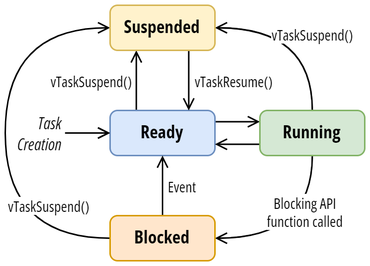
joelvonrotz/BSc-electrical-engineering keeps this draw.io diagram as semester 4/summary/advanced embedded systems/images/freertos/task_states.png. Above is the earlier version. Source tidied: cells renumbered, new cells last; positions are measured from the earlier drawing's top-left corner, leaving out a move shared by most shapes. Its diagram source:
```xml
<mxGraphModel>
  <root>
    <mxCell id="0" />
    <mxCell id="1" parent="0" />
    <mxCell id="2" value="vTaskSuspend()" style="edgeStyle=orthogonalEdgeStyle;curved=1;jettySize=auto;html=1;exitX=0.25;exitY=0;exitDx=0;exitDy=0;entryX=0.25;entryY=1;entryDx=0;entryDy=0;fontFamily=Open Sans Condensed;fontSource=https%3A%2F%2Ffonts.googleapis.com%2Fcss%3Ffamily%3DOpen%2BSans%2BCondensed;fontSize=10;endArrow=open;endFill=0;align=right;spacingLeft=0;spacingRight=2;" parent="1" edge="1" source="4" target="13">
      <mxGeometry relative="1" as="geometry" />
    </mxCell>
    <mxCell id="3" style="edgeStyle=orthogonalEdgeStyle;curved=1;jettySize=auto;html=1;exitX=1;exitY=0.25;exitDx=0;exitDy=0;entryX=0;entryY=0.25;entryDx=0;entryDy=0;fontFamily=Open Sans Condensed;fontSource=https%3A%2F%2Ffonts.googleapis.com%2Fcss%3Ffamily%3DOpen%2BSans%2BCondensed;fontSize=11;endArrow=open;endFill=0;" parent="1" edge="1" source="4" target="8">
      <mxGeometry relative="1" as="geometry" />
    </mxCell>
    <mxCell id="4" value="Ready" style="rounded=1;whiteSpace=wrap;html=1;arcSize=10;absoluteArcSize=1;fontFamily=Open Sans Condensed;fontSource=https%3A%2F%2Ffonts.googleapis.com%2Fcss%3Ffamily%3DOpen%2BSans%2BCondensed;fillColor=#dae8fc;strokeColor=#6c8ebf;fontStyle=1;" parent="1" vertex="1">
      <mxGeometry x="70" y="70" width="70" height="30" as="geometry" />
    </mxCell>
    <mxCell id="5" value="Blocking API&lt;br style=&quot;font-size: 10px&quot;&gt;function called" style="jettySize=auto;html=1;exitX=0.5;exitY=1;exitDx=0;exitDy=0;entryX=1;entryY=0.5;entryDx=0;entryDy=0;fontFamily=Open Sans Condensed;fontSource=https%3A%2F%2Ffonts.googleapis.com%2Fcss%3Ffamily%3DOpen%2BSans%2BCondensed;endArrow=open;endFill=0;fontSize=10;curved=1;" parent="1" edge="1" source="8" target="11">
      <mxGeometry x="-0.38" y="-5" relative="1" as="geometry">
        <Array as="points">
          <mxPoint x="205" y="155" />
        </Array>
      </mxGeometry>
    </mxCell>
    <mxCell id="6" value="vTaskSuspend()" style="jettySize=auto;html=1;exitX=0.5;exitY=0;exitDx=0;exitDy=0;entryX=1;entryY=0.5;entryDx=0;entryDy=0;fontFamily=Open Sans Condensed;fontSource=https%3A%2F%2Ffonts.googleapis.com%2Fcss%3Ffamily%3DOpen%2BSans%2BCondensed;fontSize=10;endArrow=open;endFill=0;curved=1;" parent="1" edge="1" source="8" target="13">
      <mxGeometry x="-0.15" relative="1" as="geometry">
        <Array as="points">
          <mxPoint x="205" y="15" />
        </Array>
      </mxGeometry>
    </mxCell>
    <mxCell id="7" style="edgeStyle=none;curved=1;jettySize=auto;html=1;exitX=0;exitY=0.75;exitDx=0;exitDy=0;entryX=1;entryY=0.75;entryDx=0;entryDy=0;fontFamily=Open Sans Condensed;fontSource=https%3A%2F%2Ffonts.googleapis.com%2Fcss%3Ffamily%3DOpen%2BSans%2BCondensed;fontSize=10;endArrow=open;endFill=0;" parent="1" edge="1" source="8" target="4">
      <mxGeometry relative="1" as="geometry" />
    </mxCell>
    <mxCell id="8" value="Running" style="rounded=1;whiteSpace=wrap;html=1;arcSize=10;absoluteArcSize=1;fontFamily=Open Sans Condensed;fontSource=https%3A%2F%2Ffonts.googleapis.com%2Fcss%3Ffamily%3DOpen%2BSans%2BCondensed;fillColor=#d5e8d4;strokeColor=#82b366;fontStyle=1;" parent="1" vertex="1">
      <mxGeometry x="170" y="70" width="70" height="30" as="geometry" />
    </mxCell>
    <mxCell id="9" value="Event" style="edgeStyle=orthogonalEdgeStyle;curved=1;jettySize=auto;html=1;exitX=0.5;exitY=0;exitDx=0;exitDy=0;entryX=0.5;entryY=1;entryDx=0;entryDy=0;fontFamily=Open Sans Condensed;fontSource=https%3A%2F%2Ffonts.googleapis.com%2Fcss%3Ffamily%3DOpen%2BSans%2BCondensed;fontSize=10;endArrow=open;endFill=0;align=left;spacingLeft=2;" parent="1" edge="1" source="11" target="4">
      <mxGeometry relative="1" as="geometry" />
    </mxCell>
    <mxCell id="10" value="vTaskSuspend()" style="jettySize=auto;html=1;exitX=0;exitY=0.5;exitDx=0;exitDy=0;entryX=0;entryY=0.5;entryDx=0;entryDy=0;fontFamily=Open Sans Condensed;fontSource=https%3A%2F%2Ffonts.googleapis.com%2Fcss%3Ffamily%3DOpen%2BSans%2BCondensed;fontSize=10;endArrow=open;endFill=0;curved=1;" parent="1" edge="1" source="11" target="13">
      <mxGeometry x="-0.71" y="-22" relative="1" as="geometry">
        <Array as="points">
          <mxPoint y="155" />
          <mxPoint y="15" />
        </Array>
      </mxGeometry>
    </mxCell>
    <mxCell id="11" value="Blocked" style="rounded=1;whiteSpace=wrap;html=1;arcSize=10;absoluteArcSize=1;fontFamily=Open Sans Condensed;fontSource=https%3A%2F%2Ffonts.googleapis.com%2Fcss%3Ffamily%3DOpen%2BSans%2BCondensed;fillColor=#ffe6cc;strokeColor=#d79b00;fontStyle=1;" parent="1" vertex="1">
      <mxGeometry x="70" y="140" width="70" height="30" as="geometry" />
    </mxCell>
    <mxCell id="12" value="vTaskResume()" style="edgeStyle=orthogonalEdgeStyle;curved=1;jettySize=auto;html=1;exitX=0.75;exitY=1;exitDx=0;exitDy=0;entryX=0.75;entryY=0;entryDx=0;entryDy=0;fontFamily=Open Sans Condensed;fontSource=https%3A%2F%2Ffonts.googleapis.com%2Fcss%3Ffamily%3DOpen%2BSans%2BCondensed;fontSize=10;endArrow=open;endFill=0;align=left;spacingLeft=2;" parent="1" edge="1" source="13" target="4">
      <mxGeometry relative="1" as="geometry" />
    </mxCell>
    <mxCell id="13" value="Suspended" style="rounded=1;whiteSpace=wrap;html=1;arcSize=10;absoluteArcSize=1;fontFamily=Open Sans Condensed;fontSource=https%3A%2F%2Ffonts.googleapis.com%2Fcss%3Ffamily%3DOpen%2BSans%2BCondensed;fillColor=#fff2cc;strokeColor=#d6b656;fontStyle=1;" parent="1" vertex="1">
      <mxGeometry x="70" width="70" height="30" as="geometry" />
    </mxCell>
    <mxCell id="14" style="edgeStyle=orthogonalEdgeStyle;curved=1;jettySize=auto;html=1;exitX=1;exitY=0.5;exitDx=0;exitDy=0;entryX=0;entryY=0.5;entryDx=0;entryDy=0;fontFamily=Open Sans Condensed;fontSource=https%3A%2F%2Ffonts.googleapis.com%2Fcss%3Ffamily%3DOpen%2BSans%2BCondensed;fontSize=11;endArrow=open;endFill=0;" parent="1" edge="1" source="16" target="4">
      <mxGeometry relative="1" as="geometry" />
    </mxCell>
    <mxCell id="15" style="edgeStyle=none;curved=1;jettySize=auto;html=1;fontFamily=Open Sans Condensed;fontSource=https%3A%2F%2Ffonts.googleapis.com%2Fcss%3Ffamily%3DOpen%2BSans%2BCondensed;fontSize=10;endArrow=open;endFill=0;" parent="1" edge="1" source="16" target="4">
      <mxGeometry relative="1" as="geometry" />
    </mxCell>
    <mxCell id="16" value="Task Creation" style="text;html=1;strokeColor=none;fillColor=none;align=right;verticalAlign=middle;whiteSpace=wrap;rounded=0;fontFamily=Open Sans Condensed;fontSource=https%3A%2F%2Ffonts.googleapis.com%2Fcss%3Ffamily%3DOpen%2BSans%2BCondensed;fontSize=11;fontStyle=2;" parent="1" vertex="1">
      <mxGeometry y="70" width="40" height="30" as="geometry" />
    </mxCell>
  </root>
</mxGraphModel>
```
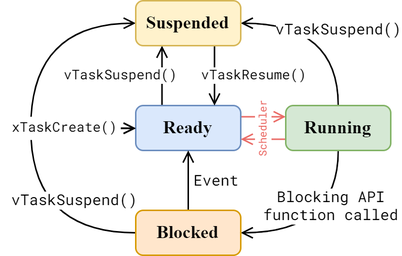
The same diagram one commit later.

Change to the diagram source:
```diff
@@ -1,40 +1,42 @@
-<mxGraphModel>
+<mxGraphModel math="1">
   <root>
     <mxCell id="0" />
     <mxCell id="1" parent="0" />
-    <mxCell id="2" value="vTaskSuspend()" style="edgeStyle=orthogonalEdgeStyle;curved=1;jettySize=auto;html=1;exitX=0.25;exitY=0;exitDx=0;exitDy=0;entryX=0.25;entryY=1;entryDx=0;entryDy=0;fontFamily=Open Sans Condensed;fontSource=https%3A%2F%2Ffonts.googleapis.com%2Fcss%3Ffamily%3DOpen%2BSans%2BCondensed;fontSize=10;endArrow=open;endFill=0;align=right;spacingLeft=0;spacingRight=2;" parent="1" edge="1" source="4" target="13">
-      <mxGeometry relative="1" as="geometry" />
+    <mxCell id="2" value="vTaskSuspend()" style="edgeStyle=orthogonalEdgeStyle;curved=1;jettySize=auto;html=1;exitX=0.25;exitY=0;exitDx=0;exitDy=0;entryX=0.25;entryY=1;entryDx=0;entryDy=0;fontFamily=Roboto Mono;fontSource=https%3A%2F%2Ffonts.googleapis.com%2Fcss%3Ffamily%3DRoboto%2BMono;fontSize=9;endArrow=open;endFill=0;align=right;spacingLeft=0;spacingRight=2;" parent="1" edge="1" source="4" target="13">
+      <mxGeometry y="-12" relative="1" as="geometry">
+        <mxPoint x="1" as="offset" />
+      </mxGeometry>
     </mxCell>
-    <mxCell id="3" style="edgeStyle=orthogonalEdgeStyle;curved=1;jettySize=auto;html=1;exitX=1;exitY=0.25;exitDx=0;exitDy=0;entryX=0;entryY=0.25;entryDx=0;entryDy=0;fontFamily=Open Sans Condensed;fontSource=https%3A%2F%2Ffonts.googleapis.com%2Fcss%3Ffamily%3DOpen%2BSans%2BCondensed;fontSize=11;endArrow=open;endFill=0;" parent="1" edge="1" source="4" target="8">
+    <mxCell id="3" style="edgeStyle=orthogonalEdgeStyle;curved=1;jettySize=auto;html=1;exitX=1;exitY=0.25;exitDx=0;exitDy=0;entryX=0;entryY=0.25;entryDx=0;entryDy=0;fontFamily=Open Sans Condensed;fontSource=https%3A%2F%2Ffonts.googleapis.com%2Fcss%3Ffamily%3DOpen%2BSans%2BCondensed;fontSize=11;endArrow=open;endFill=0;fontColor=#EA6B66;strokeColor=#EA6B66;" parent="1" edge="1" source="4" target="8">
       <mxGeometry relative="1" as="geometry" />
     </mxCell>
     <mxCell id="4" value="Ready" style="rounded=1;whiteSpace=wrap;html=1;arcSize=10;absoluteArcSize=1;fontFamily=Open Sans Condensed;fontSource=https%3A%2F%2Ffonts.googleapis.com%2Fcss%3Ffamily%3DOpen%2BSans%2BCondensed;fillColor=#dae8fc;strokeColor=#6c8ebf;fontStyle=1;" parent="1" vertex="1">
       <mxGeometry x="70" y="70" width="70" height="30" as="geometry" />
     </mxCell>
-    <mxCell id="5" value="Blocking API&lt;br style=&quot;font-size: 10px&quot;&gt;function called" style="jettySize=auto;html=1;exitX=0.5;exitY=1;exitDx=0;exitDy=0;entryX=1;entryY=0.5;entryDx=0;entryDy=0;fontFamily=Open Sans Condensed;fontSource=https%3A%2F%2Ffonts.googleapis.com%2Fcss%3Ffamily%3DOpen%2BSans%2BCondensed;endArrow=open;endFill=0;fontSize=10;curved=1;" parent="1" edge="1" source="8" target="11">
+    <mxCell id="5" value="Blocking API&lt;br style=&quot;font-size: 10px&quot;&gt;function called" style="jettySize=auto;html=1;exitX=0.5;exitY=1;exitDx=0;exitDy=0;entryX=1;entryY=0.5;entryDx=0;entryDy=0;fontFamily=Roboto Mono;fontSource=https%3A%2F%2Ffonts.googleapis.com%2Fcss%3Ffamily%3DRoboto%2BMono;endArrow=open;endFill=0;fontSize=10;curved=1;" parent="1" edge="1" source="8" target="11">
       <mxGeometry x="-0.38" y="-5" relative="1" as="geometry">
         <Array as="points">
           <mxPoint x="205" y="155" />
         </Array>
       </mxGeometry>
     </mxCell>
-    <mxCell id="6" value="vTaskSuspend()" style="jettySize=auto;html=1;exitX=0.5;exitY=0;exitDx=0;exitDy=0;entryX=1;entryY=0.5;entryDx=0;entryDy=0;fontFamily=Open Sans Condensed;fontSource=https%3A%2F%2Ffonts.googleapis.com%2Fcss%3Ffamily%3DOpen%2BSans%2BCondensed;fontSize=10;endArrow=open;endFill=0;curved=1;" parent="1" edge="1" source="8" target="13">
+    <mxCell id="6" value="vTaskSuspend()" style="jettySize=auto;html=1;exitX=0.5;exitY=0;exitDx=0;exitDy=0;entryX=1;entryY=0.5;entryDx=0;entryDy=0;fontFamily=Roboto Mono;fontSource=https%3A%2F%2Ffonts.googleapis.com%2Fcss%3Ffamily%3DRoboto%2BMono;fontSize=10;endArrow=open;endFill=0;curved=1;" parent="1" edge="1" source="8" target="13">
       <mxGeometry x="-0.15" relative="1" as="geometry">
         <Array as="points">
           <mxPoint x="205" y="15" />
         </Array>
       </mxGeometry>
     </mxCell>
-    <mxCell id="7" style="edgeStyle=none;curved=1;jettySize=auto;html=1;exitX=0;exitY=0.75;exitDx=0;exitDy=0;entryX=1;entryY=0.75;entryDx=0;entryDy=0;fontFamily=Open Sans Condensed;fontSource=https%3A%2F%2Ffonts.googleapis.com%2Fcss%3Ffamily%3DOpen%2BSans%2BCondensed;fontSize=10;endArrow=open;endFill=0;" parent="1" edge="1" source="8" target="4">
+    <mxCell id="7" style="edgeStyle=none;curved=1;jettySize=auto;html=1;exitX=0;exitY=0.75;exitDx=0;exitDy=0;entryX=1;entryY=0.75;entryDx=0;entryDy=0;fontFamily=Open Sans Condensed;fontSource=https%3A%2F%2Ffonts.googleapis.com%2Fcss%3Ffamily%3DOpen%2BSans%2BCondensed;fontSize=10;endArrow=open;endFill=0;fontColor=#EA6B66;strokeColor=#EA6B66;" parent="1" edge="1" source="8" target="4">
       <mxGeometry relative="1" as="geometry" />
     </mxCell>
     <mxCell id="8" value="Running" style="rounded=1;whiteSpace=wrap;html=1;arcSize=10;absoluteArcSize=1;fontFamily=Open Sans Condensed;fontSource=https%3A%2F%2Ffonts.googleapis.com%2Fcss%3Ffamily%3DOpen%2BSans%2BCondensed;fillColor=#d5e8d4;strokeColor=#82b366;fontStyle=1;" parent="1" vertex="1">
       <mxGeometry x="170" y="70" width="70" height="30" as="geometry" />
     </mxCell>
-    <mxCell id="9" value="Event" style="edgeStyle=orthogonalEdgeStyle;curved=1;jettySize=auto;html=1;exitX=0.5;exitY=0;exitDx=0;exitDy=0;entryX=0.5;entryY=1;entryDx=0;entryDy=0;fontFamily=Open Sans Condensed;fontSource=https%3A%2F%2Ffonts.googleapis.com%2Fcss%3Ffamily%3DOpen%2BSans%2BCondensed;fontSize=10;endArrow=open;endFill=0;align=left;spacingLeft=2;" parent="1" edge="1" source="11" target="4">
+    <mxCell id="9" value="Event" style="edgeStyle=orthogonalEdgeStyle;curved=1;jettySize=auto;html=1;exitX=0.5;exitY=0;exitDx=0;exitDy=0;entryX=0.5;entryY=1;entryDx=0;entryDy=0;fontFamily=Roboto Mono;fontSource=https%3A%2F%2Ffonts.googleapis.com%2Fcss%3Ffamily%3DRoboto%2BMono;fontSize=10;endArrow=open;endFill=0;align=left;spacingLeft=2;" parent="1" edge="1" source="11" target="4">
       <mxGeometry relative="1" as="geometry" />
     </mxCell>
-    <mxCell id="10" value="vTaskSuspend()" style="jettySize=auto;html=1;exitX=0;exitY=0.5;exitDx=0;exitDy=0;entryX=0;entryY=0.5;entryDx=0;entryDy=0;fontFamily=Open Sans Condensed;fontSource=https%3A%2F%2Ffonts.googleapis.com%2Fcss%3Ffamily%3DOpen%2BSans%2BCondensed;fontSize=10;endArrow=open;endFill=0;curved=1;" parent="1" edge="1" source="11" target="13">
+    <mxCell id="10" value="vTaskSuspend()" style="jettySize=auto;html=1;exitX=0;exitY=0.5;exitDx=0;exitDy=0;entryX=0;entryY=0.5;entryDx=0;entryDy=0;fontFamily=Roboto Mono;fontSource=https%3A%2F%2Ffonts.googleapis.com%2Fcss%3Ffamily%3DRoboto%2BMono;fontSize=10;endArrow=open;endFill=0;curved=1;" parent="1" edge="1" source="11" target="13">
       <mxGeometry x="-0.71" y="-22" relative="1" as="geometry">
         <Array as="points">
           <mxPoint y="155" />
@@ -45,8 +47,10 @@
     <mxCell id="11" value="Blocked" style="rounded=1;whiteSpace=wrap;html=1;arcSize=10;absoluteArcSize=1;fontFamily=Open Sans Condensed;fontSource=https%3A%2F%2Ffonts.googleapis.com%2Fcss%3Ffamily%3DOpen%2BSans%2BCondensed;fillColor=#ffe6cc;strokeColor=#d79b00;fontStyle=1;" parent="1" vertex="1">
       <mxGeometry x="70" y="140" width="70" height="30" as="geometry" />
     </mxCell>
-    <mxCell id="12" value="vTaskResume()" style="edgeStyle=orthogonalEdgeStyle;curved=1;jettySize=auto;html=1;exitX=0.75;exitY=1;exitDx=0;exitDy=0;entryX=0.75;entryY=0;entryDx=0;entryDy=0;fontFamily=Open Sans Condensed;fontSource=https%3A%2F%2Ffonts.googleapis.com%2Fcss%3Ffamily%3DOpen%2BSans%2BCondensed;fontSize=10;endArrow=open;endFill=0;align=left;spacingLeft=2;" parent="1" edge="1" source="13" target="4">
-      <mxGeometry relative="1" as="geometry" />
+    <mxCell id="12" value="vTaskResume()" style="edgeStyle=orthogonalEdgeStyle;curved=1;jettySize=auto;html=1;exitX=0.75;exitY=1;exitDx=0;exitDy=0;entryX=0.75;entryY=0;entryDx=0;entryDy=0;fontFamily=Roboto Mono;fontSource=https%3A%2F%2Ffonts.googleapis.com%2Fcss%3Ffamily%3DRoboto%2BMono;fontSize=9;endArrow=open;endFill=0;align=left;spacingLeft=2;" parent="1" edge="1" source="13" target="4">
+      <mxGeometry y="-12" relative="1" as="geometry">
+        <mxPoint x="-1" as="offset" />
+      </mxGeometry>
     </mxCell>
     <mxCell id="13" value="Suspended" style="rounded=1;whiteSpace=wrap;html=1;arcSize=10;absoluteArcSize=1;fontFamily=Open Sans Condensed;fontSource=https%3A%2F%2Ffonts.googleapis.com%2Fcss%3Ffamily%3DOpen%2BSans%2BCondensed;fillColor=#fff2cc;strokeColor=#d6b656;fontStyle=1;" parent="1" vertex="1">
       <mxGeometry x="70" width="70" height="30" as="geometry" />
@@ -57,8 +61,11 @@
     <mxCell id="15" style="edgeStyle=none;curved=1;jettySize=auto;html=1;fontFamily=Open Sans Condensed;fontSource=https%3A%2F%2Ffonts.googleapis.com%2Fcss%3Ffamily%3DOpen%2BSans%2BCondensed;fontSize=10;endArrow=open;endFill=0;" parent="1" edge="1" source="16" target="4">
       <mxGeometry relative="1" as="geometry" />
     </mxCell>
-    <mxCell id="16" value="Task Creation" style="text;html=1;strokeColor=none;fillColor=none;align=right;verticalAlign=middle;whiteSpace=wrap;rounded=0;fontFamily=Open Sans Condensed;fontSource=https%3A%2F%2Ffonts.googleapis.com%2Fcss%3Ffamily%3DOpen%2BSans%2BCondensed;fontSize=11;fontStyle=2;" parent="1" vertex="1">
-      <mxGeometry y="70" width="40" height="30" as="geometry" />
+    <mxCell id="16" value="xTaskCreate()" style="text;html=1;strokeColor=none;fillColor=default;align=right;verticalAlign=middle;whiteSpace=wrap;rounded=0;fontFamily=Roboto Mono;fontSource=https%3A%2F%2Ffonts.googleapis.com%2Fcss%3Ffamily%3DRoboto%2BMono;fontSize=9;fontStyle=0;" parent="1" vertex="1">
+      <mxGeometry x="-20" y="77.5" width="80" height="15.5" as="geometry" />
     </mxCell>
+    <mxCell id="17" value="Scheduler" style="text;html=1;strokeColor=none;fillColor=default;align=center;verticalAlign=middle;whiteSpace=wrap;rounded=0;fontSize=7;fontFamily=Roboto Mono;fontColor=#EA6B66;rotation=-90;" parent="1" vertex="1">
+      <mxGeometry x="133" y="80" width="44" height="11" as="geometry" />
+    </mxCell>
   </root>
 </mxGraphModel>
```
